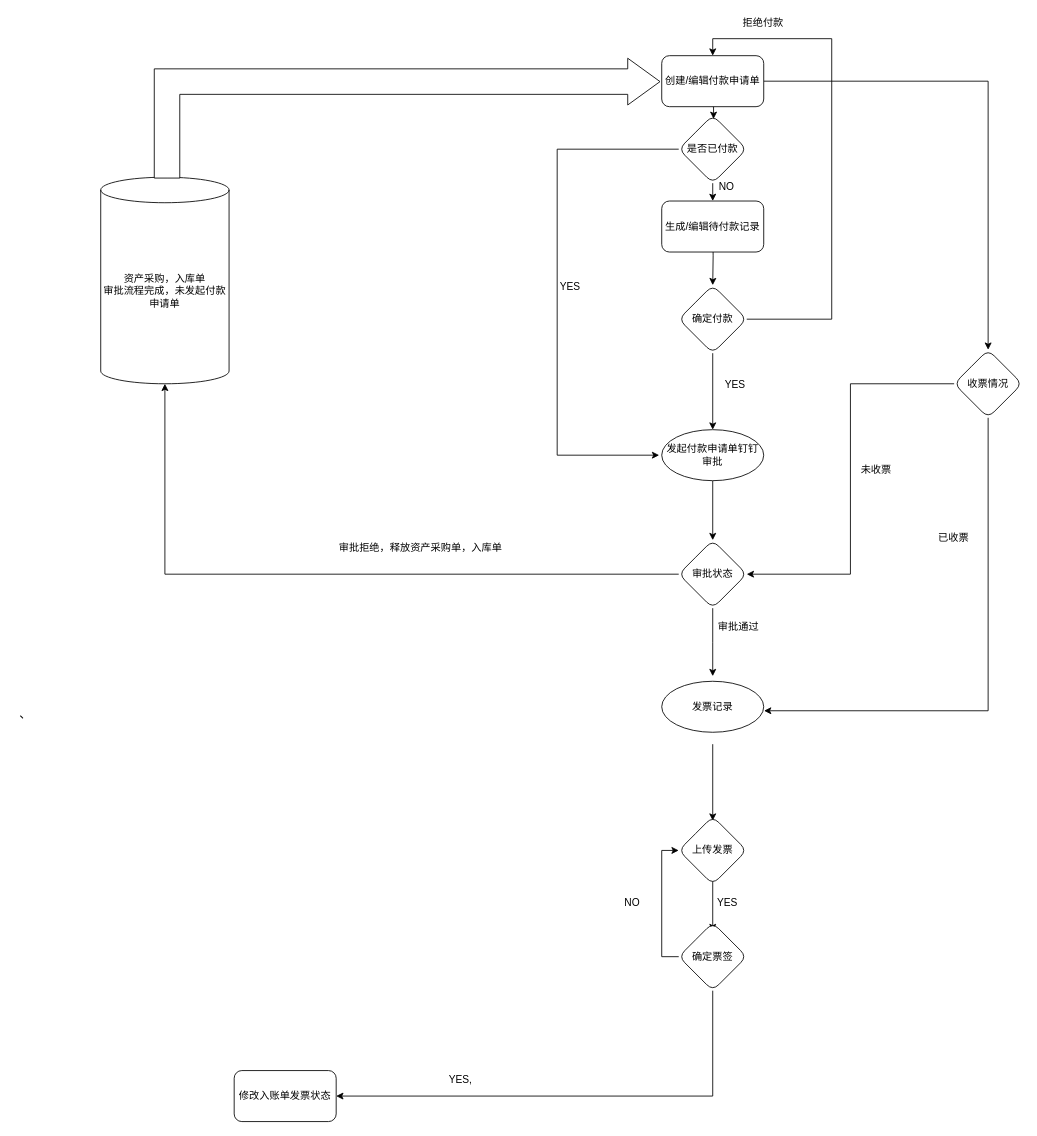
The draw.io diagram Untitled Diagram.drawio in xuyexiong/aitbot, before the edit. Source tidied: cells renumbered, new cells numbered last; positions are measured from the earlier drawing's top-left corner, leaving out a move shared by most shapes. Both pictures are drawn from the tidied source at 85%, with x=0, y=0 at pixel (14, 14).
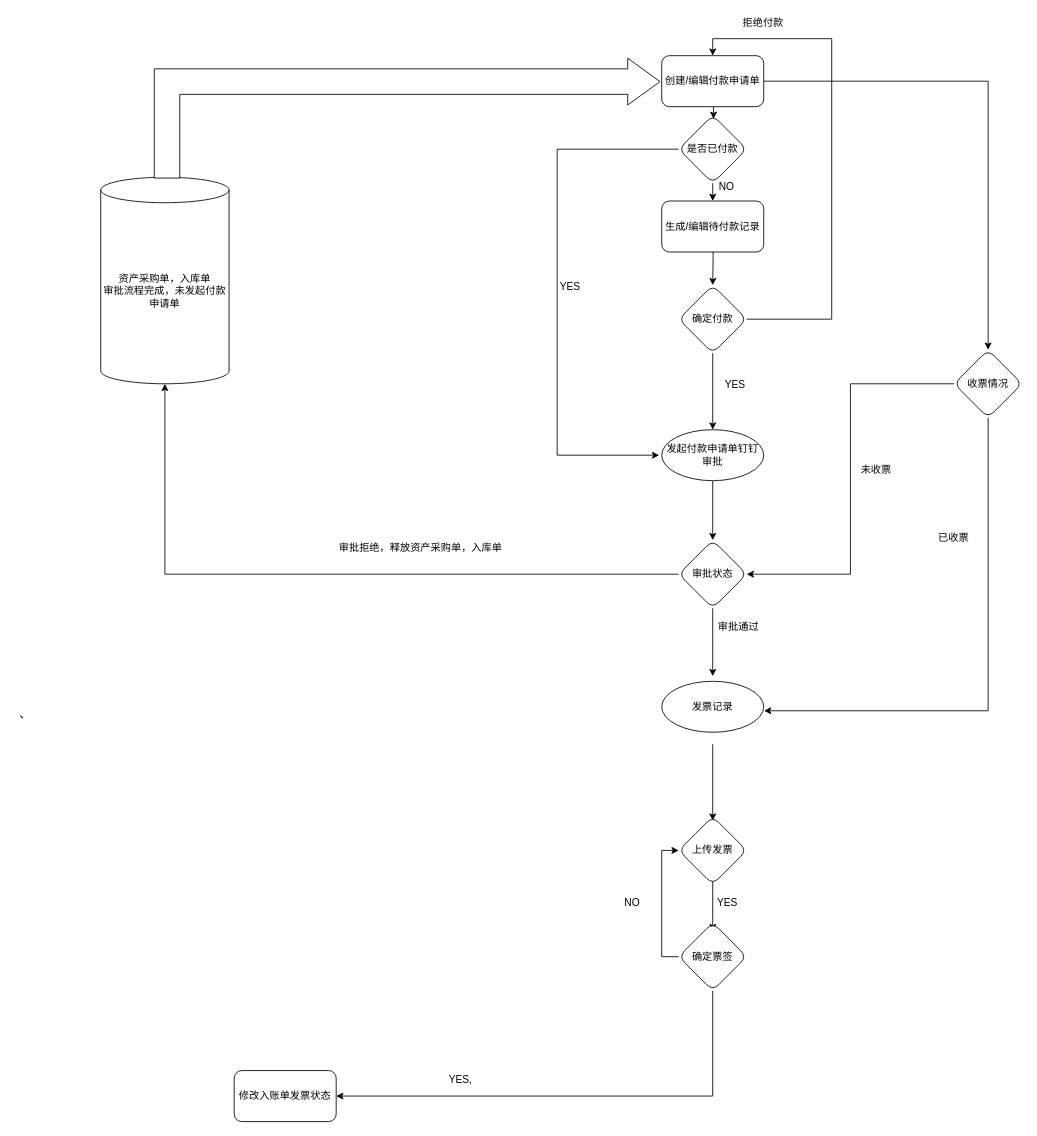
The same diagram, later.

The edit, as a diff of the source:
```diff
@@
-    <mxCell id="2" value="资产采购，入库单&lt;br&gt;审批流程完成，未发起付款申请单" style="shape=cylinder3;whiteSpace=wrap;html=1;boundedLbl=1;backgroundOutline=1;size=15;" parent="1" vertex="1">
+    <mxCell id="2" value="资产采购单，入库单&lt;br&gt;审批流程完成，未发起付款申请单" style="shape=cylinder3;whiteSpace=wrap;html=1;boundedLbl=1;backgroundOutline=1;size=15;" parent="1" vertex="1">
       <mxGeometry x="101" y="191" width="151" height="243" as="geometry" />
     </mxCell>
```
